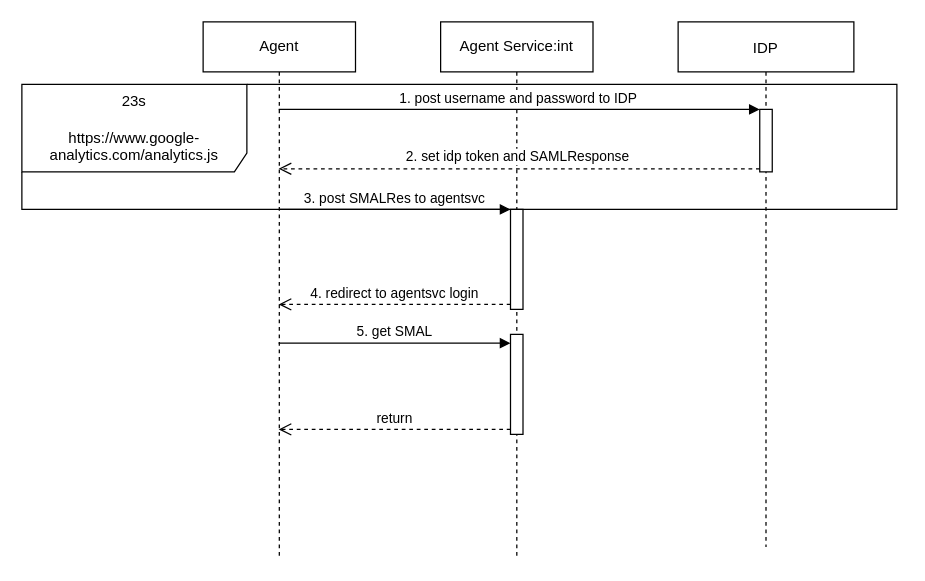
The draw.io diagram page "Page-4" (4 of 4) of drawio/SASEONE Diagram.drawio in yubowen0525/ImageStorage, before the edit. Source tidied: cells renumbered, new cells numbered last; positions are measured from the earlier drawing's top-left corner, leaving out a move shared by most shapes. Both pictures are drawn from the tidied source at 125%, with x=0, y=0 at pixel (21, 21).
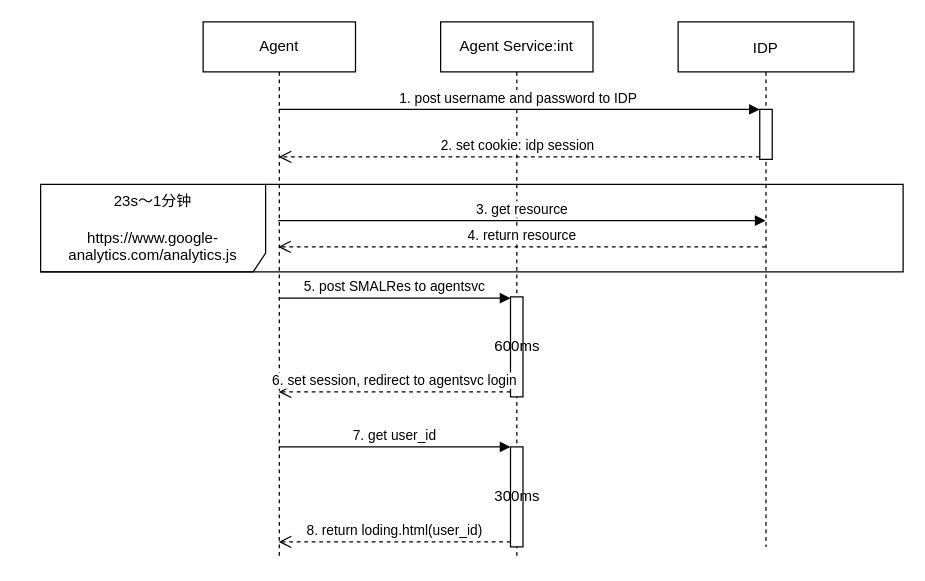
The same diagram, later.

Unchanged cells that the change refers to:
```xml
<mxCell id="2" value="Agent" style="shape=umlLifeline;perimeter=lifelinePerimeter;whiteSpace=wrap;html=1;outlineConnect=0;" parent="1" vertex="1">
  <mxGeometry x="145" width="121.9" height="430" as="geometry" />
</mxCell>
<mxCell id="3" value="IDP" style="shape=umlLifeline;perimeter=lifelinePerimeter;rounded=0;shadow=0;strokeWidth=1;" parent="1" vertex="1">
  <mxGeometry x="525" width="140.6" height="420" as="geometry" />
</mxCell>
```

What changed in the source:
```diff
@@
     <mxCell id="4" style="html=1;points=[];perimeter=orthogonalPerimeter;" parent="3" vertex="1">
-      <mxGeometry x="65.3" y="70" width="10" height="50" as="geometry" />
+      <mxGeometry x="65.3" y="70" width="10" height="40" as="geometry" />
     </mxCell>
@@
-    <mxCell id="6" style="html=1;points=[];perimeter=orthogonalPerimeter;" parent="1" vertex="1">
-      <mxGeometry x="390.9" y="150" width="10" height="80" as="geometry" />
+    <mxCell id="6" value="600ms" style="html=1;points=[];perimeter=orthogonalPerimeter;" parent="1" vertex="1">
+      <mxGeometry x="390.9" y="220" width="10" height="80" as="geometry" />
     </mxCell>
-    <mxCell id="7" value="3. post SMALRes to agentsvc" style="html=1;verticalAlign=bottom;endArrow=block;entryX=0;entryY=0;" parent="1" edge="1" source="2" target="6">
-      <mxGeometry relative="1" as="geometry" />
+    <mxCell id="7" value="5. post SMALRes to agentsvc" style="html=1;verticalAlign=bottom;endArrow=block;entryX=0;entryY=0;" parent="1" edge="1">
+      <mxGeometry relative="1" as="geometry">
+        <mxPoint x="205.4" y="221" as="sourcePoint" />
+        <mxPoint x="390.9" y="221" as="targetPoint" />
+      </mxGeometry>
     </mxCell>
-    <mxCell id="8" value="4. redirect to agentsvc login" style="html=1;verticalAlign=bottom;endArrow=open;dashed=1;endSize=8;exitX=0;exitY=0.95;" parent="1" edge="1" source="6" target="2">
-      <mxGeometry relative="1" as="geometry" />
+    <mxCell id="8" value="6. set session, redirect to agentsvc login" style="html=1;verticalAlign=bottom;endArrow=open;dashed=1;endSize=8;exitX=0;exitY=0.95;" parent="1" edge="1">
+      <mxGeometry relative="1" as="geometry">
+        <mxPoint x="390.9" y="296" as="sourcePoint" />
+        <mxPoint x="205.4" y="296" as="targetPoint" />
+      </mxGeometry>
     </mxCell>
@@
-    <mxCell id="10" value="2. set idp token and SAMLResponse&amp;nbsp;" style="html=1;verticalAlign=bottom;endArrow=open;dashed=1;endSize=8;exitX=0;exitY=0.95;" parent="1" edge="1" source="4" target="2">
+    <mxCell id="10" value="2. set cookie: idp session&amp;nbsp;" style="html=1;verticalAlign=bottom;endArrow=open;dashed=1;endSize=8;exitX=0;exitY=0.95;" parent="1" edge="1" source="4" target="2">
       <mxGeometry relative="1" as="geometry" />
     </mxCell>
-    <mxCell id="11" style="html=1;points=[];perimeter=orthogonalPerimeter;" parent="1" vertex="1">
-      <mxGeometry x="390.9" y="250" width="10" height="80" as="geometry" />
+    <mxCell id="11" value="300ms" style="html=1;points=[];perimeter=orthogonalPerimeter;" parent="1" vertex="1">
+      <mxGeometry x="390.9" y="340" width="10" height="80" as="geometry" />
     </mxCell>
-    <mxCell id="12" value="5. get SMAL" style="html=1;verticalAlign=bottom;endArrow=block;entryX=0;entryY=0;" parent="1" edge="1">
-      <mxGeometry relative="1" as="geometry">
-        <mxPoint x="205.4" y="257" as="sourcePoint" />
-        <mxPoint x="390.9" y="257" as="targetPoint" />
-      </mxGeometry>
+    <mxCell id="12" value="7. get user_id" style="html=1;verticalAlign=bottom;endArrow=block;" parent="1" edge="1" source="2" target="11">
+      <mxGeometry relative="1" as="geometry" />
     </mxCell>
-    <mxCell id="13" value="return" style="html=1;verticalAlign=bottom;endArrow=open;dashed=1;endSize=8;exitX=0;exitY=0.95;" parent="1" edge="1" source="11" target="2">
+    <mxCell id="13" value="8. return loding.html(user_id)" style="html=1;verticalAlign=bottom;endArrow=open;dashed=1;endSize=8;exitX=0;exitY=0.95;" parent="1" edge="1" source="11" target="2">
       <mxGeometry relative="1" as="geometry" />
     </mxCell>
-    <mxCell id="14" value="23s&lt;br&gt;&lt;br&gt;https://www.google-analytics.com/analytics.js" style="shape=umlFrame;whiteSpace=wrap;html=1;width=180;height=70;" parent="1" vertex="1">
-      <mxGeometry y="50" width="700" height="100" as="geometry" />
+    <mxCell id="14" value="23s～1分钟&lt;br&gt;&lt;br&gt;https://www.google-analytics.com/analytics.js" style="shape=umlFrame;whiteSpace=wrap;html=1;width=180;height=70;" parent="1" vertex="1">
+      <mxGeometry x="15" y="130" width="690" height="70" as="geometry" />
     </mxCell>
+    <mxCell id="15" value="3. get resource" style="html=1;verticalAlign=bottom;endArrow=block;" parent="1" edge="1">
+      <mxGeometry relative="1" as="geometry">
+        <mxPoint x="205" y="159" as="sourcePoint" />
+        <mxPoint x="595" y="159" as="targetPoint" />
+      </mxGeometry>
+    </mxCell>
+    <mxCell id="16" value="4. return resource" style="html=1;verticalAlign=bottom;endArrow=open;dashed=1;endSize=8;" parent="1" edge="1">
+      <mxGeometry relative="1" as="geometry">
+        <mxPoint x="595" y="180" as="sourcePoint" />
+        <mxPoint x="205" y="180" as="targetPoint" />
+      </mxGeometry>
+    </mxCell>
```
